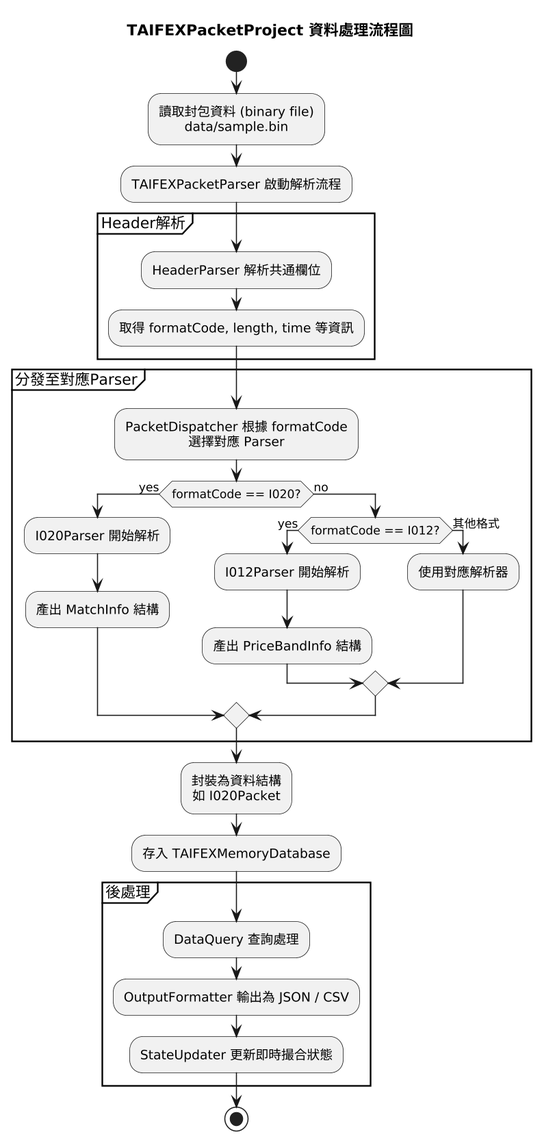
The PlantUML diagram data_flowchart.png in squirrel1209/TAIFEXPacketParser, before a commit. Its diagram source:
```plantuml
@startuml
skinparam defaultTextAlignment center
skinparam dpi 150
skinparam shadowing false
skinparam linetype ortho

title TAIFEXPacketProject 資料處理流程圖

start

:讀取封包資料 (binary file)\ndata/sample.bin;
:TAIFEXPacketParser 啟動解析流程;

partition Header解析 {
  :HeaderParser 解析共通欄位;
  :取得 formatCode, length, time 等資訊;
}

partition 分發至對應Parser {
  :PacketDispatcher 根據 formatCode\n選擇對應 Parser;
  if (formatCode == I020?) then (yes)
    :I020Parser 開始解析;
    :產出 MatchInfo 結構;
  else (no)
    if (formatCode == I012?) then (yes)
      :I012Parser 開始解析;
      :產出 PriceBandInfo 結構;
    else (其他格式)
      :使用對應解析器;
    endif
  endif
}

:封裝為資料結構\n如 I020Packet;

:存入 TAIFEXMemoryDatabase;

partition 後處理 {
  :DataQuery 查詢處理;
  :OutputFormatter 輸出為 JSON / CSV;
  :StateUpdater 更新即時撮合狀態;
}

stop
@enduml
```
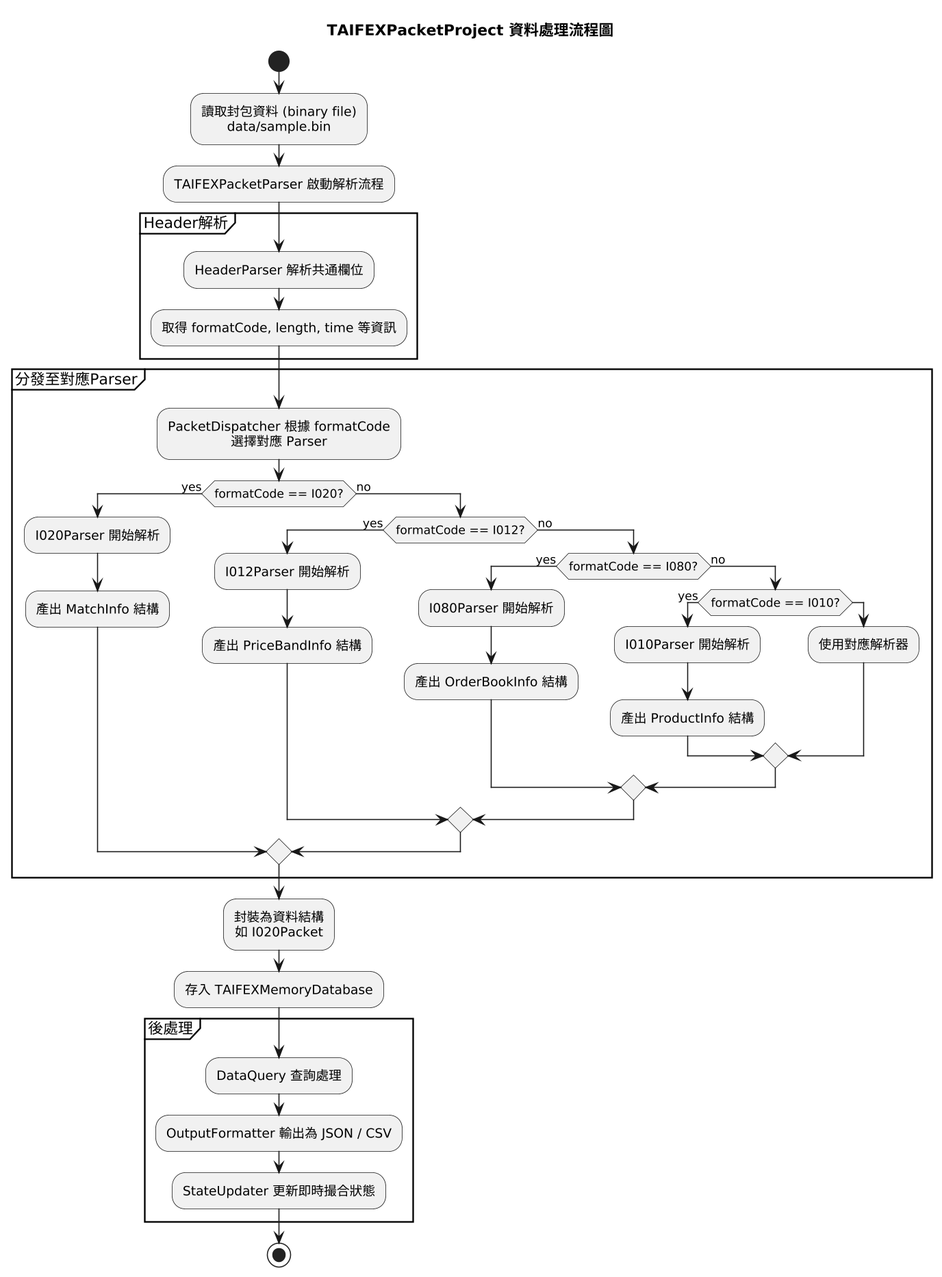
Above is the later version.

Commit message:
5/22 07:39 更改資料處理流程圖

Change to the diagram source:
```diff
@@ -18,6 +18,7 @@
 
 partition 分發至對應Parser {
   :PacketDispatcher 根據 formatCode\n選擇對應 Parser;
+
   if (formatCode == I020?) then (yes)
     :I020Parser 開始解析;
     :產出 MatchInfo 結構;
@@ -25,8 +26,18 @@
     if (formatCode == I012?) then (yes)
       :I012Parser 開始解析;
       :產出 PriceBandInfo 結構;
-    else (其他格式)
-      :使用對應解析器;
+    else (no)
+      if (formatCode == I080?) then (yes)
+        :I080Parser 開始解析;
+        :產出 OrderBookInfo 結構;
+      else (no)
+        if (formatCode == I010?) then (yes)
+          :I010Parser 開始解析;
+          :產出 ProductInfo 結構;
+        else
+          :使用對應解析器;
+        endif
+      endif
     endif
   endif
 }
```
